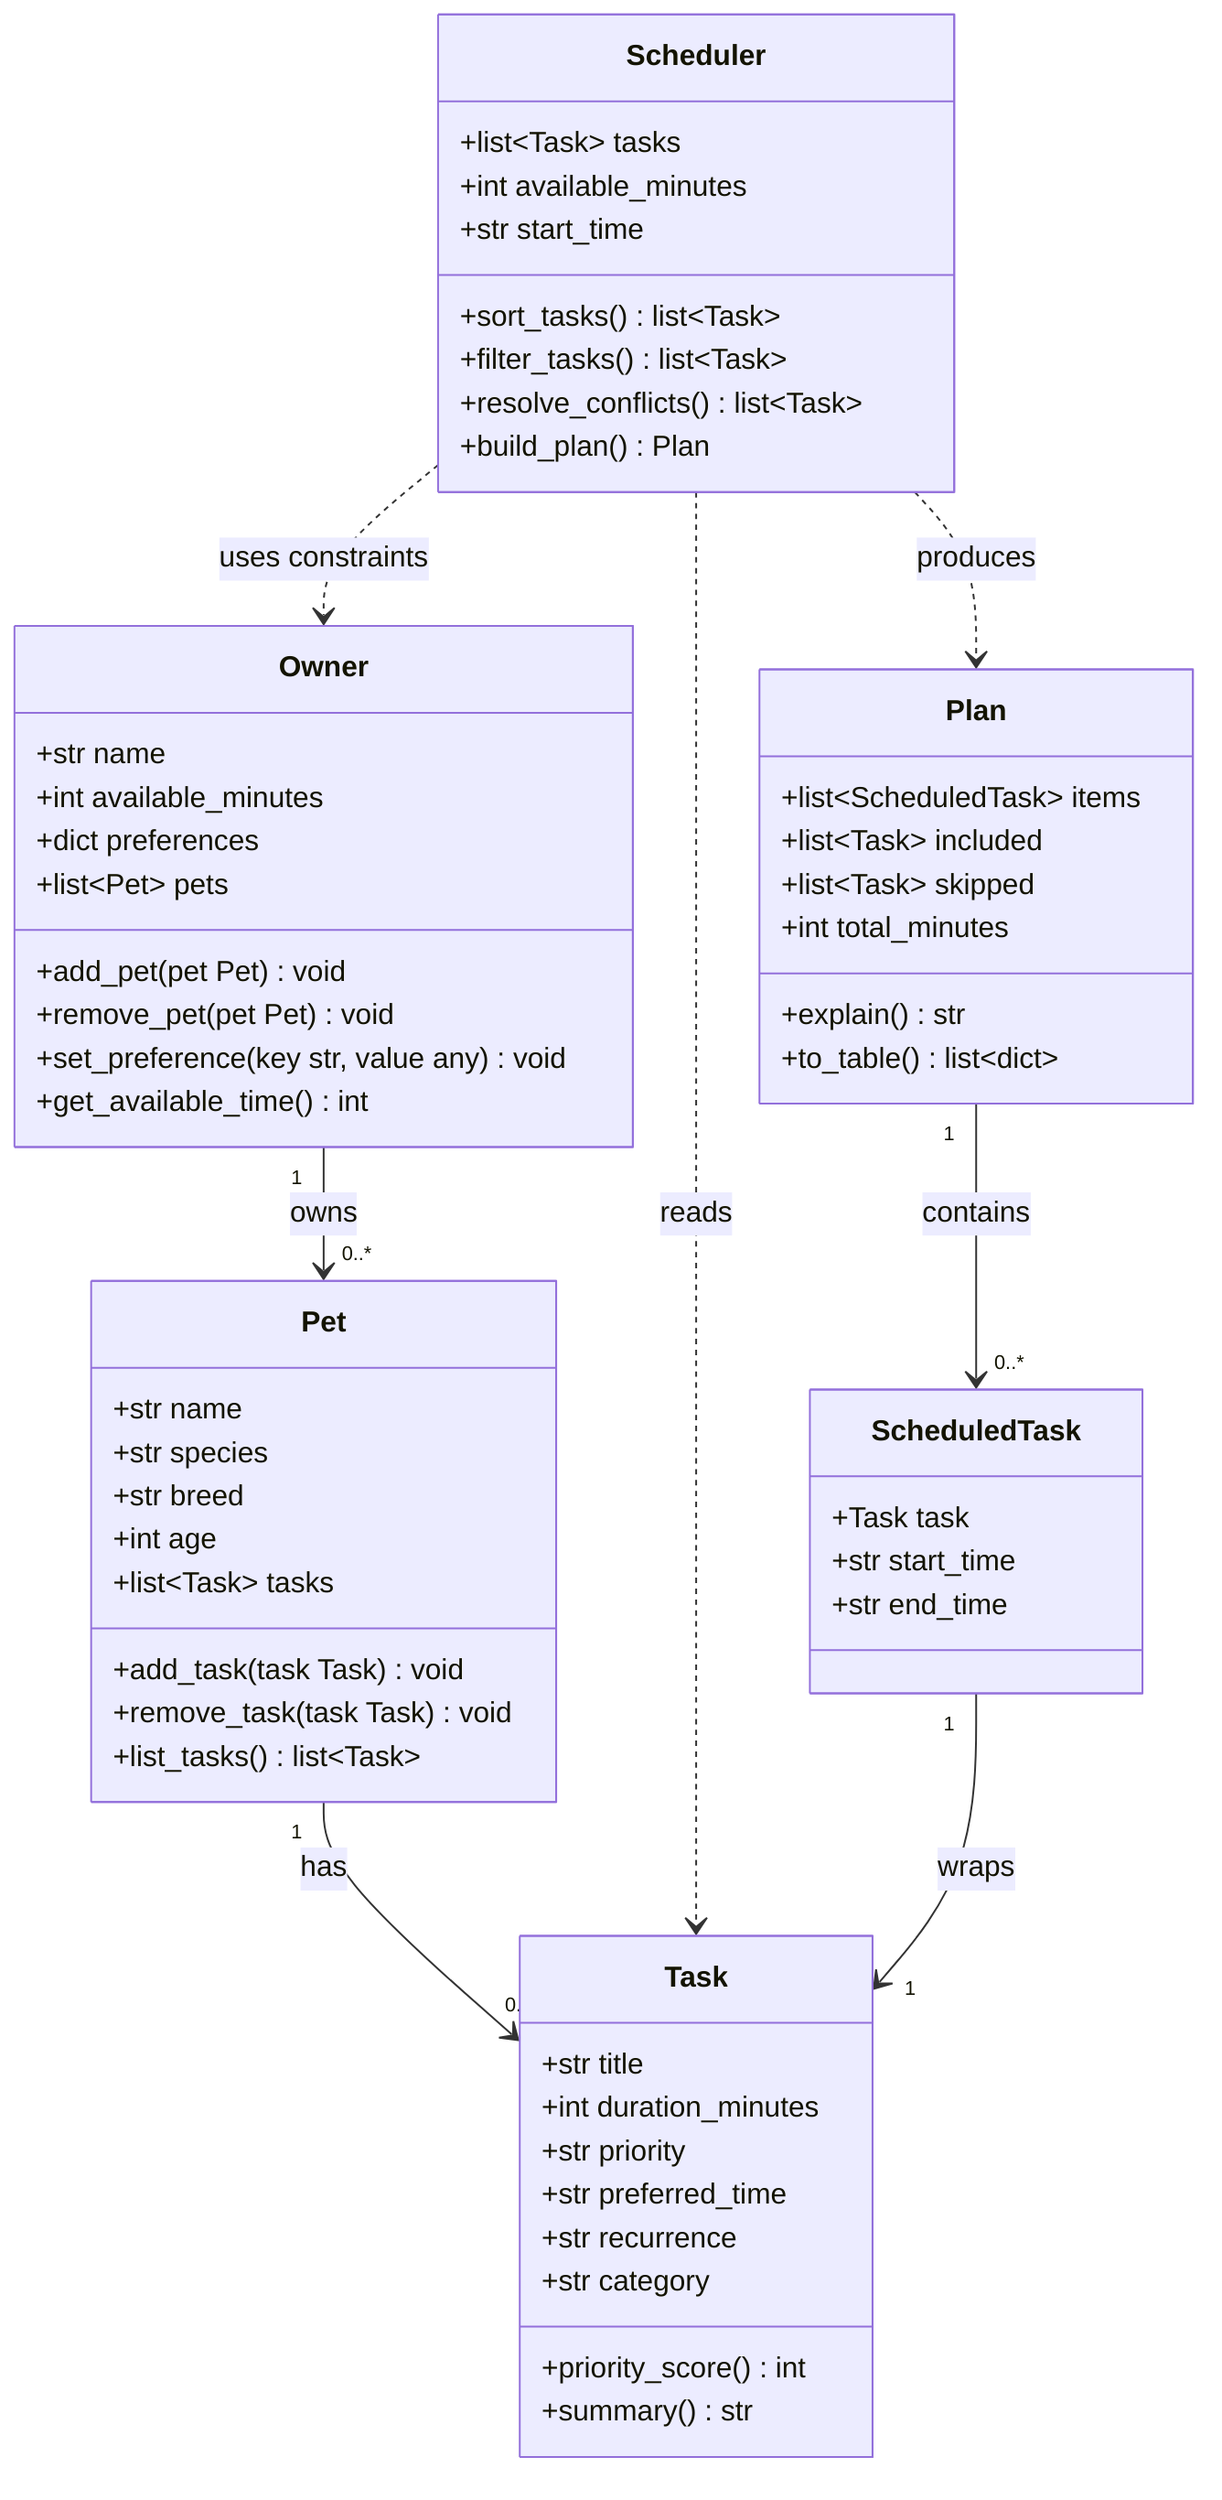
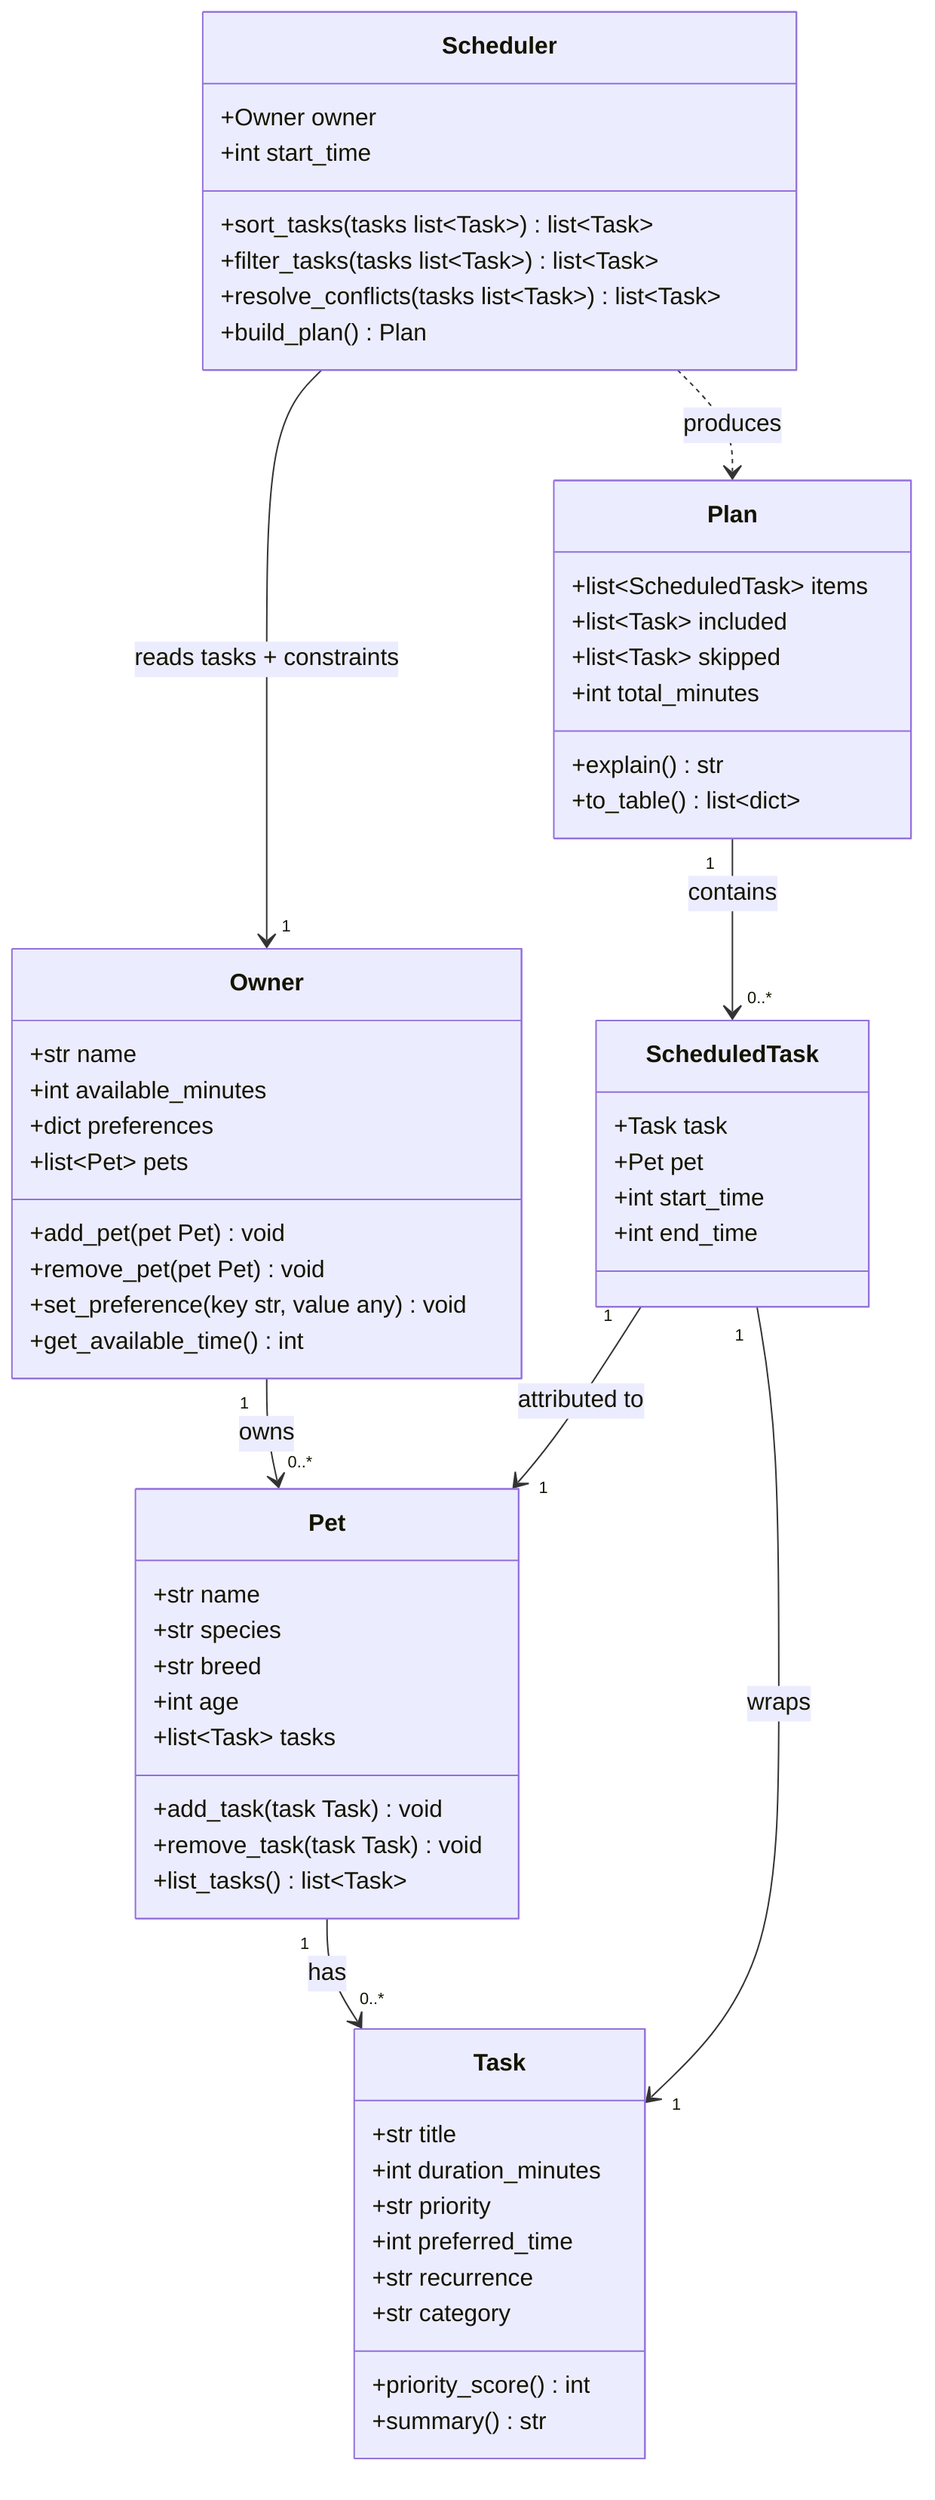
classDiagram
    class Owner {
        +str name
        +int available_minutes
        +dict preferences
        +list~Pet~ pets
        +add_pet(pet Pet) void
        +remove_pet(pet Pet) void
        +set_preference(key str, value any) void
        +get_available_time() int
    }

    class Pet {
        +str name
        +str species
        +str breed
        +int age
        +list~Task~ tasks
        +add_task(task Task) void
        +remove_task(task Task) void
        +list_tasks() list~Task~
    }

    class Task {
        +str title
        +int duration_minutes
        +str priority
-         +str preferred_time
+         +int preferred_time
        +str recurrence
        +str category
        +priority_score() int
        +summary() str
    }

    class Scheduler {
-         +list~Task~ tasks
-         +int available_minutes
-         +str start_time
-         +sort_tasks() list~Task~
-         +filter_tasks() list~Task~
-         +resolve_conflicts() list~Task~
+         +Owner owner
+         +int start_time
+         +sort_tasks(tasks list~Task~) list~Task~
+         +filter_tasks(tasks list~Task~) list~Task~
+         +resolve_conflicts(tasks list~Task~) list~Task~
        +build_plan() Plan
    }

    class Plan {
        +list~ScheduledTask~ items
        +list~Task~ included
        +list~Task~ skipped
        +int total_minutes
        +explain() str
        +to_table() list~dict~
    }

    class ScheduledTask {
        +Task task
-         +str start_time
-         +str end_time
+         +Pet pet
+         +int start_time
+         +int end_time
    }

    Owner "1" --> "0..*" Pet : owns
    Pet "1" --> "0..*" Task : has
-     Scheduler ..> Task : reads
-     Scheduler ..> Owner : uses constraints
+     Scheduler --> "1" Owner : reads tasks + constraints
    Scheduler ..> Plan : produces
    Plan "1" --> "0..*" ScheduledTask : contains
    ScheduledTask "1" --> "1" Task : wraps
+     ScheduledTask "1" --> "1" Pet : attributed to
